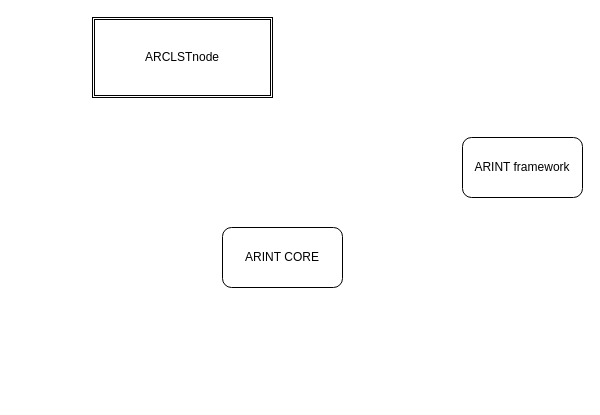
This is docs/pictures/system_landscape.drawio from petre-renware/arint, a draw.io file, before an edit. Source tidied: cells renumbered, new cells numbered last; positions are measured from the earlier drawing's top-left corner, leaving out a move shared by most shapes. Both pictures are drawn from the tidied source at 100%, with x=0, y=0 at pixel (92, 17).
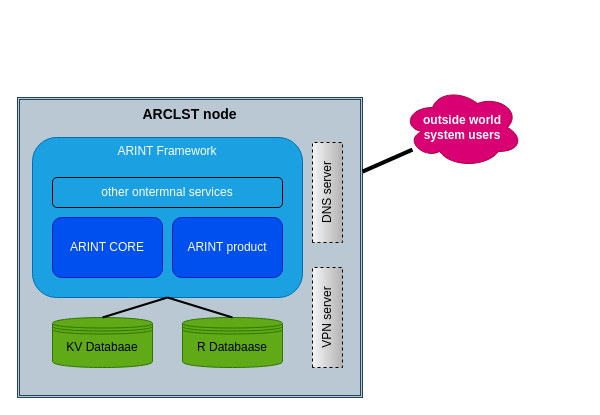
After the change.

Change to the diagram source:
```diff
@@
 <mxGraphModel>
   <root>
     <mxCell id="0" />
     <mxCell id="1" parent="0" />
-    <mxCell id="2" value="ARCLSTnode" style="shape=ext;double=1;rounded=0;whiteSpace=wrap;html=1;align=center;" parent="1" vertex="1">
-      <mxGeometry width="180" height="80" as="geometry" />
+    <mxCell id="2" value="ARCLST node" style="shape=ext;double=1;rounded=0;whiteSpace=wrap;html=1;align=center;verticalAlign=top;fontStyle=1;fontSize=14;fillColor=#bac8d3;strokeColor=#23445d;fontColor=#000000;" parent="1" vertex="1">
+      <mxGeometry x="-75" y="80" width="345" height="300" as="geometry" />
     </mxCell>
+    <mxCell id="5" value="ARINT Framework" style="rounded=1;whiteSpace=wrap;html=1;verticalAlign=top;fontStyle=0;fillColor=#1ba1e2;fontColor=#ffffff;strokeColor=#006EAF;" parent="1" vertex="1">
+      <mxGeometry x="-60" y="120" width="270" height="160" as="geometry" />
+    </mxCell>
+    <mxCell id="6" value="ARINT product" style="rounded=1;whiteSpace=wrap;html=1;fillColor=#0050ef;fontColor=#ffffff;strokeColor=#001DBC;" parent="1" vertex="1">
+      <mxGeometry x="80" y="200" width="110" height="60" as="geometry" />
+    </mxCell>
+    <mxCell id="7" value="other ontermnal services" style="rounded=1;whiteSpace=wrap;html=1;fillColor=#1ba1e2;fontColor=#ffffff;strokeColor=#000000;" parent="1" vertex="1">
+      <mxGeometry x="-40" y="160" width="230" height="30" as="geometry" />
+    </mxCell>
-    <mxCell id="3" value="ARINT CORE" style="rounded=1;whiteSpace=wrap;html=1;" parent="1" vertex="1">
-      <mxGeometry x="130" y="210" width="120" height="60" as="geometry" />
+    <mxCell id="3" value="ARINT CORE" style="rounded=1;whiteSpace=wrap;html=1;fillColor=#0050ef;fontColor=#ffffff;strokeColor=#001DBC;" parent="1" vertex="1">
+      <mxGeometry x="-40" y="200" width="110" height="60" as="geometry" />
     </mxCell>
-    <mxCell id="4" value="ARINT framework" style="rounded=1;whiteSpace=wrap;html=1;" parent="1" vertex="1">
-      <mxGeometry x="370" y="120" width="120" height="60" as="geometry" />
-    </mxCell>
+    <mxCell id="8" value="&lt;sup style=&quot;&quot;&gt;&lt;font style=&quot;font-size: 12px;&quot;&gt;KV Databaae&lt;/font&gt;&lt;/sup&gt;" style="shape=datastore;whiteSpace=wrap;html=1;fontSize=16;fontColor=#000000;fillColor=#60a917;strokeColor=#2D7600;" parent="1" vertex="1">
+      <mxGeometry x="-40" y="300" width="100" height="50" as="geometry" />
+    </mxCell>
+    <mxCell id="9" value="&lt;sup style=&quot;&quot;&gt;&lt;font style=&quot;font-size: 12px;&quot;&gt;R Databaase&lt;/font&gt;&lt;/sup&gt;" style="shape=datastore;whiteSpace=wrap;html=1;fontSize=16;fillColor=#60a917;fontColor=#000000;strokeColor=#2D7600;" parent="1" vertex="1">
+      <mxGeometry x="90" y="300" width="100" height="50" as="geometry" />
+    </mxCell>
+    <mxCell id="10" value="outside world&lt;br style=&quot;font-size: 12px;&quot;&gt;system users" style="ellipse;shape=cloud;whiteSpace=wrap;html=1;fillColor=#d80073;fontColor=#ffffff;strokeColor=#A50040;fontStyle=1;fontSize=12;" parent="1" vertex="1">
+      <mxGeometry x="310" y="70" width="120" height="80" as="geometry" />
+    </mxCell>
+    <mxCell id="11" style="endArrow=none;html=1;rounded=0;strokeWidth=4;" parent="1" edge="1" source="2" target="10">
+      <mxGeometry relative="1" as="geometry" />
+    </mxCell>
+    <mxCell id="12" value="DNS server" style="rounded=0;whiteSpace=wrap;html=1;dashed=1;fillColor=#f5f5f5;strokeColor=#000000;gradientColor=#b3b3b3;fontColor=#000000;rotation=-90;" parent="1" vertex="1">
+      <mxGeometry x="185" y="160" width="100" height="30" as="geometry" />
+    </mxCell>
+    <mxCell id="13" value="VPN server" style="rounded=0;whiteSpace=wrap;html=1;dashed=1;fillColor=#f5f5f5;strokeColor=#000000;gradientColor=#b3b3b3;fontColor=#000000;rotation=-90;" parent="1" vertex="1">
+      <mxGeometry x="185" y="285" width="100" height="30" as="geometry" />
+    </mxCell>
+    <mxCell id="14" style="endArrow=none;html=1;rounded=0;entryX=0.5;entryY=1;entryDx=0;entryDy=0;exitX=0.5;exitY=0;exitDx=0;exitDy=0;strokeColor=#000000;strokeWidth=2;" parent="1" edge="1" source="8" target="5">
+      <mxGeometry relative="1" as="geometry" />
+    </mxCell>
+    <mxCell id="15" style="endArrow=none;html=1;rounded=0;entryX=0.5;entryY=1;entryDx=0;entryDy=0;exitX=0.5;exitY=0;exitDx=0;exitDy=0;strokeColor=#000000;strokeWidth=2;" parent="1" edge="1" source="9" target="5">
+      <mxGeometry relative="1" as="geometry" />
+    </mxCell>
   </root>
 </mxGraphModel>
```
